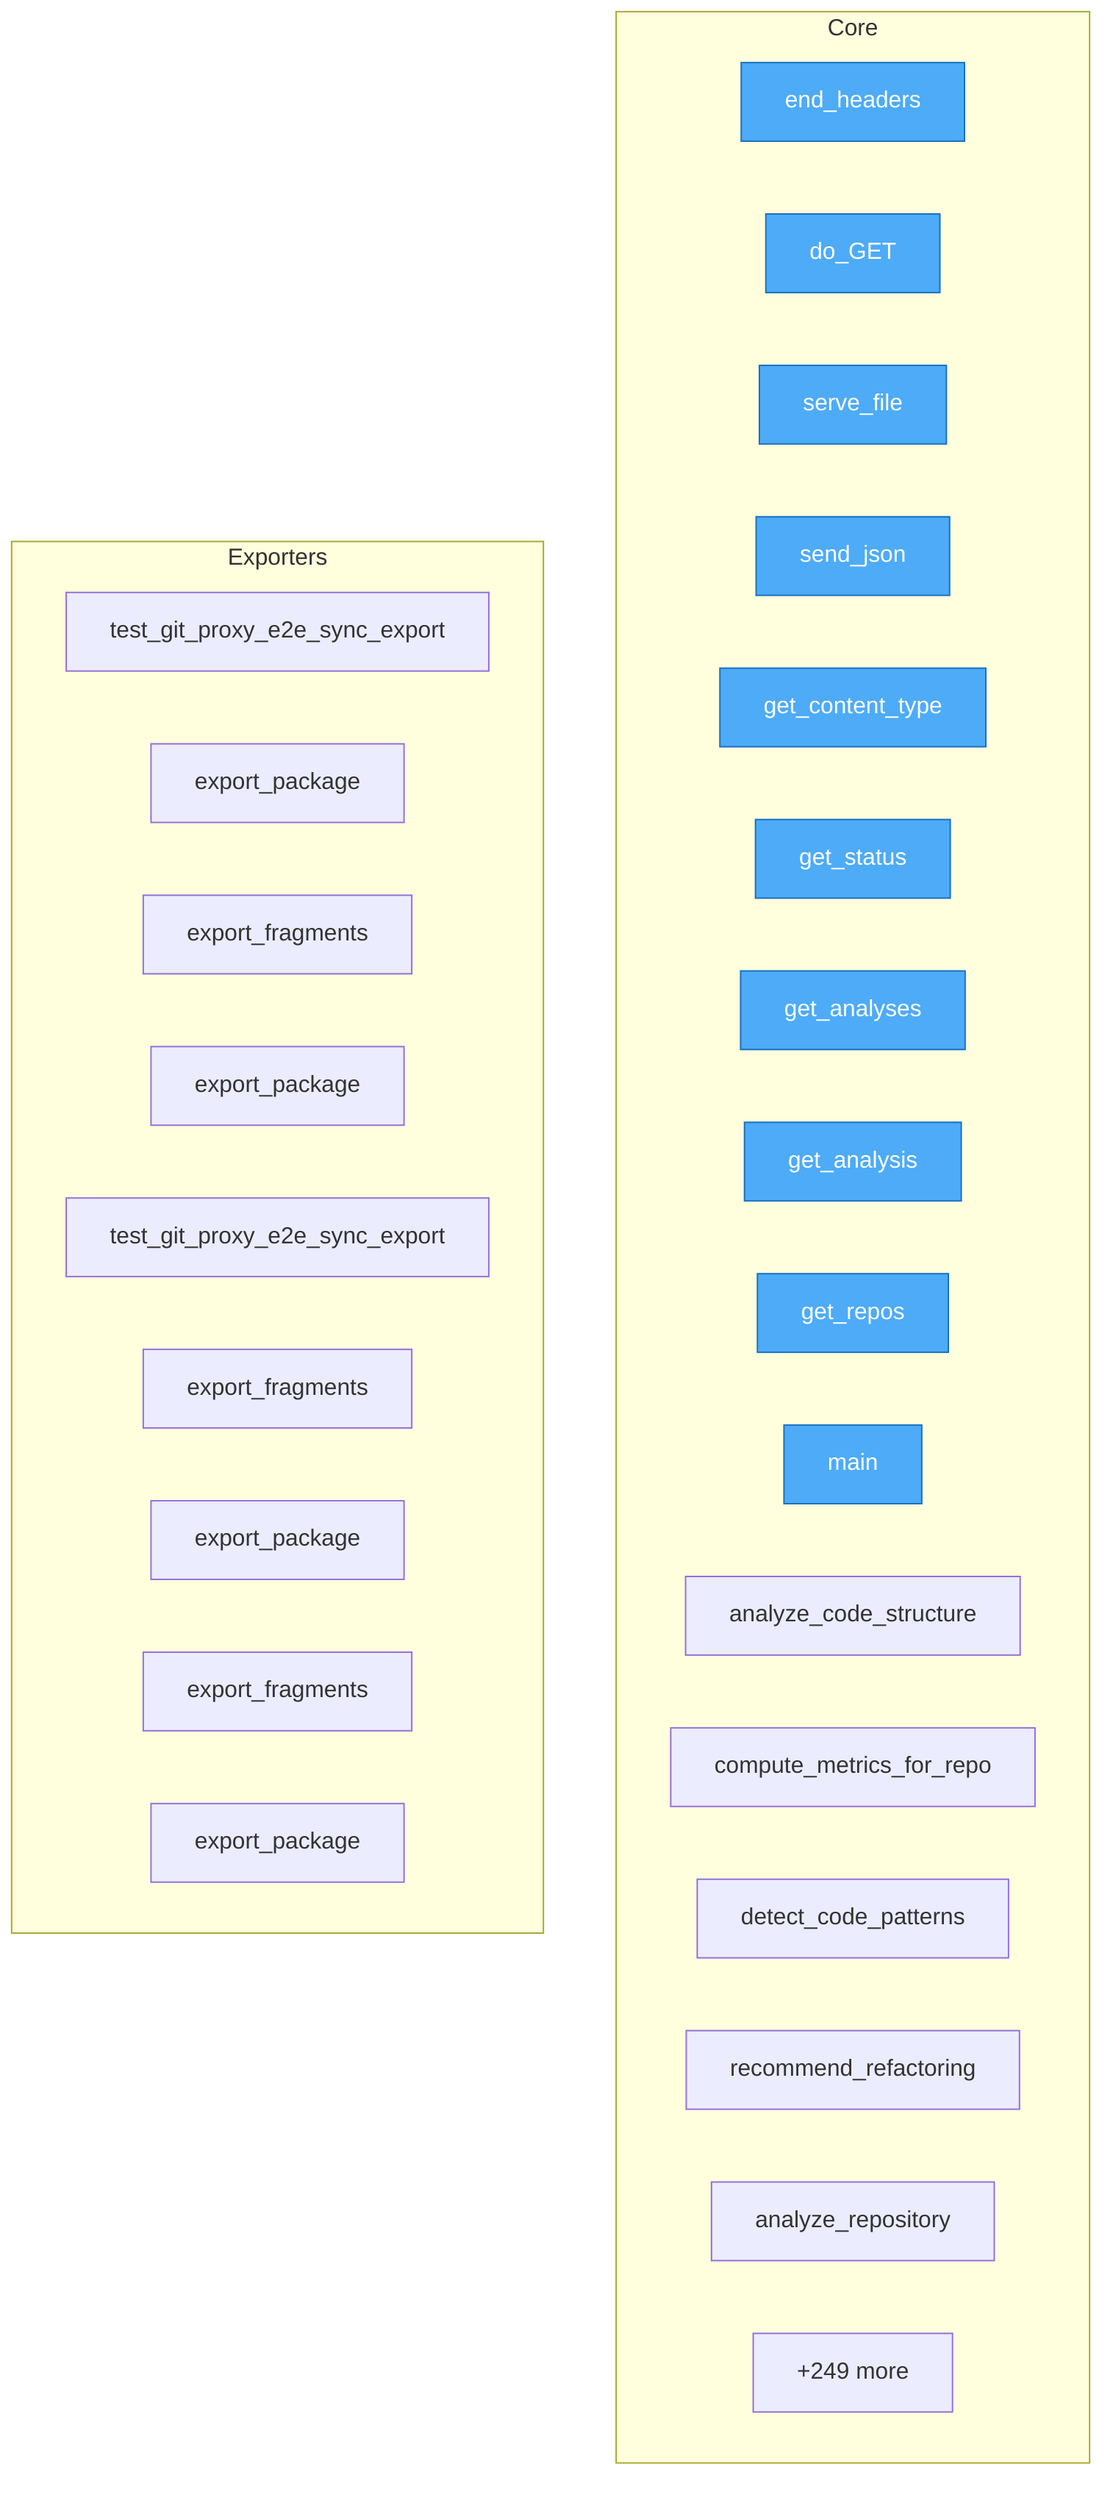
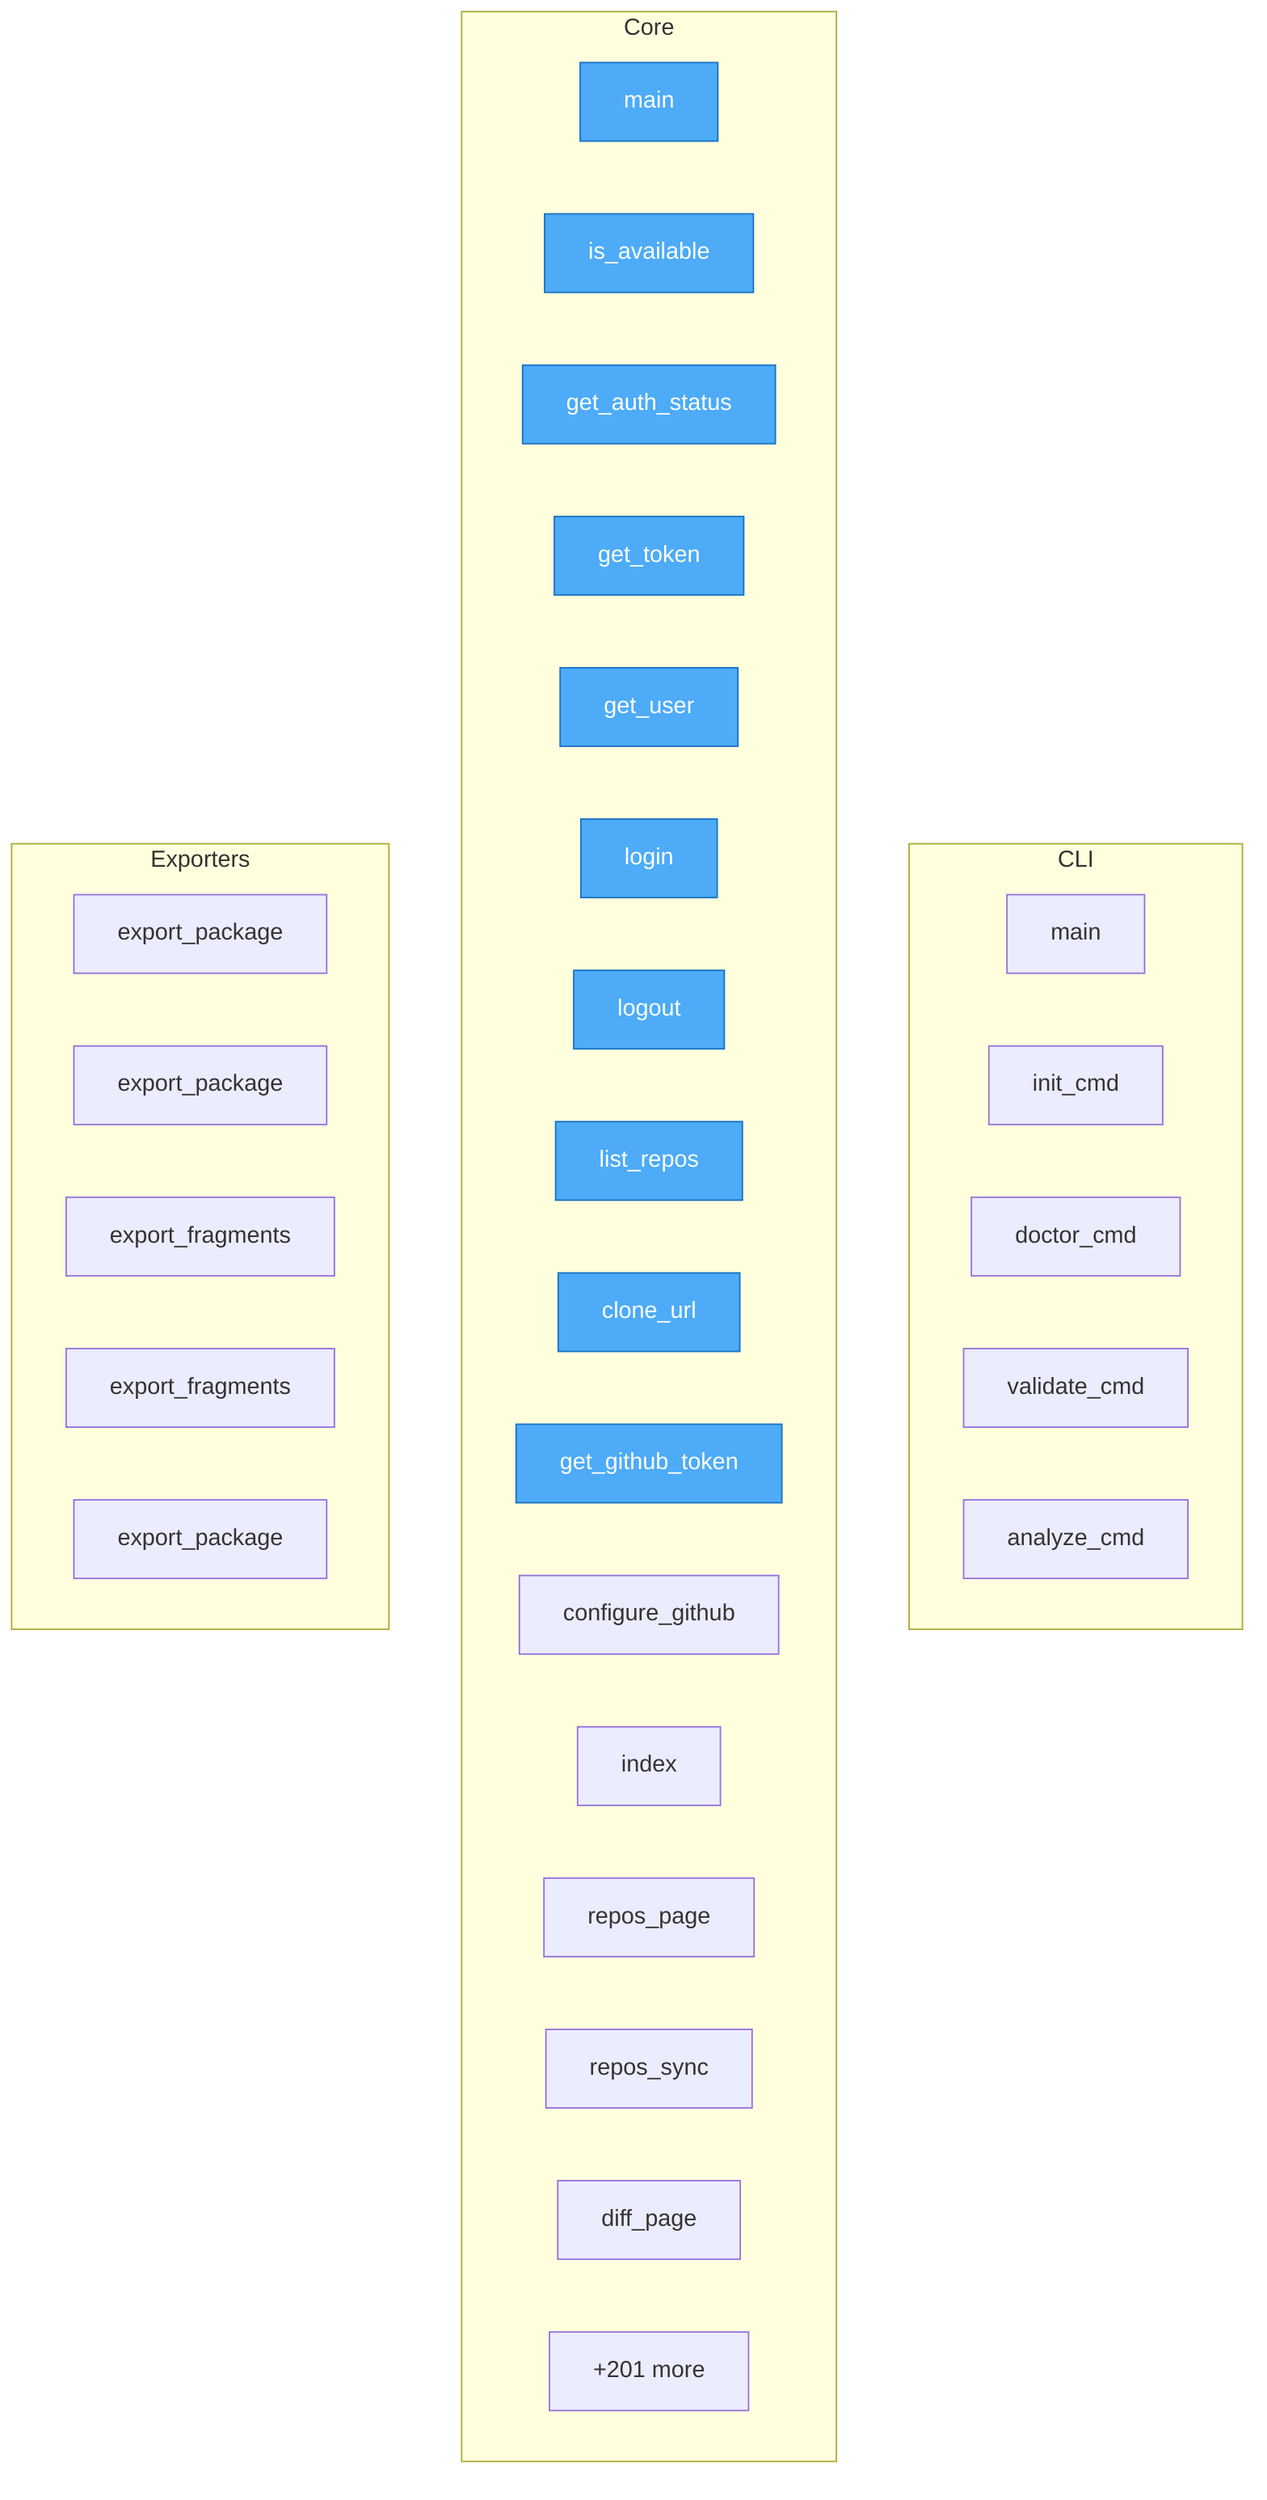
flowchart TD
+ %% generated in 0.01s

    %% Entry points (blue)
    classDef entry fill:#4dabf7,stroke:#1971c2,color:#fff

+     subgraph CLI
+         semcod_mcp__cli__main["main"]
+         semcod_mcp__cli__init_cmd["init_cmd"]
+         semcod_mcp__cli__doctor_cmd["doctor_cmd"]
+         semcod_mcp__cli__validate_cmd["validate_cmd"]
+         semcod_mcp__cli__analyze_cmd["analyze_cmd"]
+     end
+ 
    subgraph Core
-         dashboard__server__DashboardHandler__end_headers["end_headers"]
-         dashboard__server__DashboardHandler__do_GET["do_GET"]
-         dashboard__server__DashboardHandler__serve_file["serve_file"]
-         dashboard__server__DashboardHandler__send_json["send_json"]
-         dashboard__server__DashboardHandler__get_content_type["get_content_type"]
-         dashboard__server__DashboardHandler__get_status["get_status"]
-         dashboard__server__DashboardHandler__get_analyses["get_analyses"]
-         dashboard__server__DashboardHandler__get_analysis["get_analysis"]
-         dashboard__server__DashboardHandler__get_repos["get_repos"]
-         dashboard__server__main["main"]
-         llm_agent__agent_standalone__LocalCodeAnalyzer__analyze_code_structure["analyze_code_structure"]
-         llm_agent__agent_standalone__LocalCodeAnalyzer__compute_metrics_for_repo["compute_metrics_for_repo"]
-         llm_agent__agent_standalone__LocalCodeAnalyzer__detect_code_patterns["detect_code_patterns"]
-         llm_agent__agent_standalone__LocalCodeAnalyzer__recommend_refactoring["recommend_refactoring"]
-         llm_agent__agent_standalone__RefactoringAgent__analyze_repository["analyze_repository"]
-         ...["+249 more"]
+         mcp_gateway__worker__main["main"]
+         env2mcp__env2mcp__github_cli__GitHubCLI__is_available["is_available"]
+         env2mcp__env2mcp__github_cli__GitHubCLI__get_auth_status["get_auth_status"]
+         env2mcp__env2mcp__github_cli__GitHubCLI__get_token["get_token"]
+         env2mcp__env2mcp__github_cli__GitHubCLI__get_user["get_user"]
+         env2mcp__env2mcp__github_cli__GitHubCLI__login["login"]
+         env2mcp__env2mcp__github_cli__GitHubCLI__logout["logout"]
+         env2mcp__env2mcp__github_cli__GitHubCLI__list_repos["list_repos"]
+         env2mcp__env2mcp__github_cli__GitHubCLI__clone_url["clone_url"]
+         env2mcp__env2mcp__github_cli__get_github_token["get_github_token"]
+         env2mcp__env2mcp__github_cli__configure_github["configure_github"]
+         mcp_webui__server__index["index"]
+         mcp_webui__server__repos_page["repos_page"]
+         mcp_webui__server__repos_sync["repos_sync"]
+         mcp_webui__server__diff_page["diff_page"]
+         ...["+201 more"]
    end

    subgraph Exporters
-         git2mcp__project__map__toon__test_git_proxy_e2e_sync_export_commit_and_tests["test_git_proxy_e2e_sync_export"]
+         git2mcp__git2mcp__client__Git2MCPClient__export_package["export_package"]
        git2mcp__git2mcp__proxy__GitProxyManager__export_package["export_package"]
        git2mcp__git2mcp__proxy__GitProxyManager__export_fragments["export_fragments"]
-         git2mcp__git2mcp__client__Git2MCPClient__export_package["export_package"]
-         project__map__toon__test_git_proxy_e2e_sync_export_commit_and_tests["test_git_proxy_e2e_sync_export"]
-         project__map__toon__export_fragments["export_fragments"]
-         project__map__toon__export_package["export_package"]
        mcp_git_proxy__server__export_fragments["export_fragments"]
        mcp_git_proxy__server__export_package["export_package"]
    end

-     class dashboard__server__DashboardHandler__end_headers,dashboard__server__DashboardHandler__do_GET,dashboard__server__DashboardHandler__serve_file,dashboard__server__DashboardHandler__send_json,dashboard__server__DashboardHandler__get_content_type,dashboard__server__DashboardHandler__get_status,dashboard__server__DashboardHandler__get_analyses,dashboard__server__DashboardHandler__get_analysis,dashboard__server__DashboardHandler__get_repos,dashboard__server__main entry
+     class mcp_gateway__worker__main,env2mcp__env2mcp__github_cli__GitHubCLI__is_available,env2mcp__env2mcp__github_cli__GitHubCLI__get_auth_status,env2mcp__env2mcp__github_cli__GitHubCLI__get_token,env2mcp__env2mcp__github_cli__GitHubCLI__get_user,env2mcp__env2mcp__github_cli__GitHubCLI__login,env2mcp__env2mcp__github_cli__GitHubCLI__logout,env2mcp__env2mcp__github_cli__GitHubCLI__list_repos,env2mcp__env2mcp__github_cli__GitHubCLI__clone_url,env2mcp__env2mcp__github_cli__get_github_token entry
